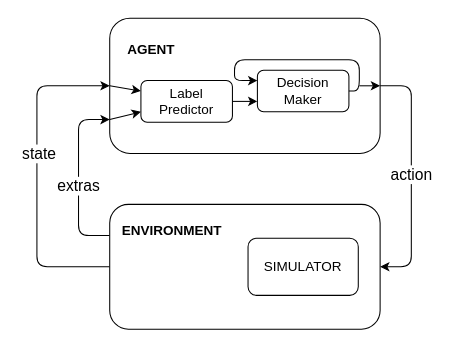
The draw.io diagram diagrams/environment-agent.drawio in vibalcam/text-games, before the edit. Source tidied: cells renumbered, new cells numbered last; positions are measured from the earlier drawing's top-left corner, leaving out a move shared by most shapes. Both pictures are drawn from the tidied source at 104%, with x=0, y=0 at pixel (36, 18).
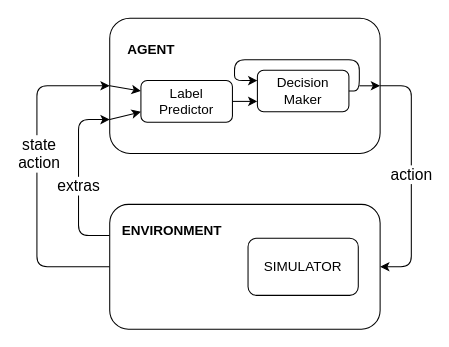
The same diagram, later.

Unchanged cells that the change refers to:
```xml
<mxCell id="10" style="edgeStyle=orthogonalEdgeStyle;html=1;exitX=0;exitY=0.5;exitDx=0;exitDy=0;entryX=0;entryY=0.5;entryDx=0;entryDy=0;fontSize=13;" parent="1" edge="1" source="12" target="2">
  <mxGeometry relative="1" as="geometry">
    <Array as="points">
      <mxPoint y="239" />
      <mxPoint y="65" />
    </Array>
  </mxGeometry>
</mxCell>
```

What changed in the source:
```diff
@@
-    <mxCell id="11" value="state" style="edgeLabel;html=1;align=center;verticalAlign=middle;fontSize=15;rounded=1;" parent="10" vertex="1">
+    <mxCell id="11" value="state&lt;br&gt;action" style="edgeLabel;html=1;align=center;verticalAlign=middle;fontSize=15;rounded=1;" parent="10" vertex="1">
       <mxGeometry x="0.22" y="-1" relative="1" as="geometry">
         <mxPoint y="12" as="offset" />
       </mxGeometry>
     </mxCell>
```
